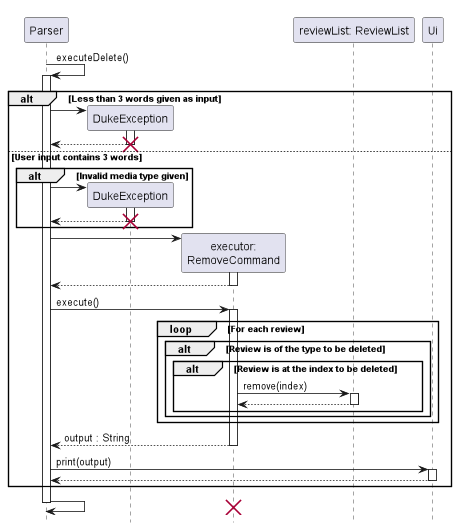
The PlantUML diagram docs/imgs/deleteSequence.png in nus-cs2113-AY2223S1/tp, before a commit. Its source is kept beside it as docs/UML Diagrams/deleteSequence.puml.
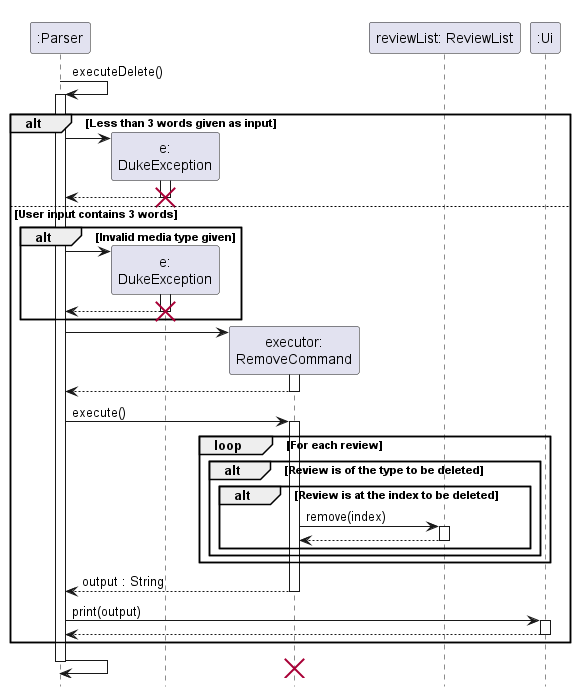
After the change.

Change to the diagram source:
```diff
@@ -3,38 +3,38 @@
 
 hide footbox
 
-participant Parser
+participant ":Parser"
 
-Parser -> Parser : executeDelete()
-activate Parser
+":Parser" -> ":Parser" : executeDelete()
+activate ":Parser"
 
 alt Less than 3 words given as input
 
-    create DukeException
-    Parser -> DukeException
-    activate DukeException
-    DukeException --> Parser
-    destroy DukeException
+    create "e:\nDukeException"
+    ":Parser" -> "e:\nDukeException"
+    activate "e:\nDukeException"
+    "e:\nDukeException" --> ":Parser"
+    destroy "e:\nDukeException"
 
 else User input contains 3 words
     alt Invalid media type given
 
-        create DukeException
-            Parser -> DukeException
-            activate DukeException
-            DukeException --> Parser
-            destroy DukeException
+        create "e:\nDukeException"
+            ":Parser" -> "e:\nDukeException"
+            activate "e:\nDukeException"
+            "e:\nDukeException" --> ":Parser"
+            destroy "e:\nDukeException"
 
     end
 
     create "executor:\nRemoveCommand"
-    Parser -> "executor:\nRemoveCommand"
+    ":Parser" -> "executor:\nRemoveCommand"
 
     activate "executor:\nRemoveCommand"
-    "executor:\nRemoveCommand" --> Parser
+    "executor:\nRemoveCommand" --> ":Parser"
     deactivate "executor:\nRemoveCommand"
 
-    Parser -> "executor:\nRemoveCommand" : execute()
+    ":Parser" -> "executor:\nRemoveCommand" : execute()
     activate "executor:\nRemoveCommand"
 
     loop For each review
@@ -53,24 +53,24 @@
 
     end
 
-    "executor:\nRemoveCommand" --> Parser: output : String
+    "executor:\nRemoveCommand" --> ":Parser": output : String
     deactivate "executor:\nRemoveCommand"
 
-    participant Ui
+    participant ":Ui"
 
-    Parser -> Ui : print(output)
-    activate Ui
-    Ui --> Parser
-    deactivate Ui
+    ":Parser" -> ":Ui" : print(output)
+    activate ":Ui"
+    ":Ui" --> ":Parser"
+    deactivate ":Ui"
 
 
 end
 
 
 
-Parser -> Parser
+":Parser" -> ":Parser"
 destroy "executor:\nRemoveCommand"
-deactivate Parser
+deactivate ":Parser"
 
 
 @enduml
```
